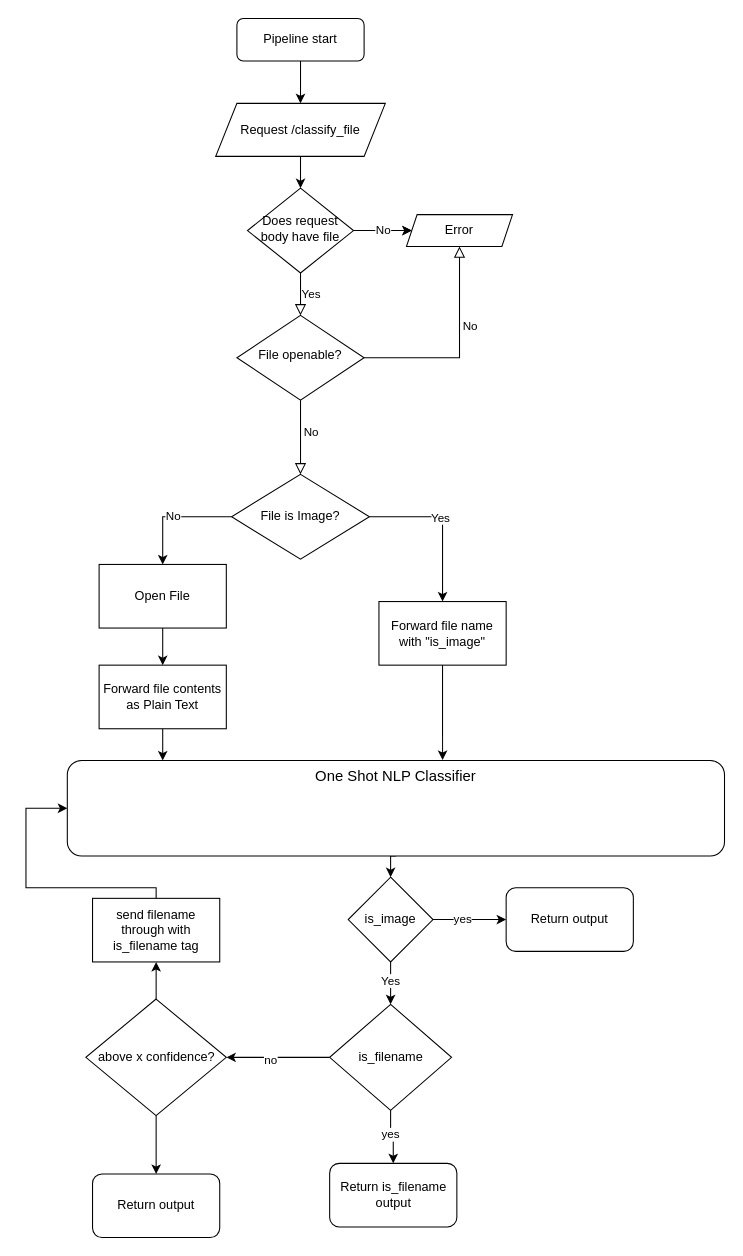
Before: ClassifierFlowchart.drawio in luke-doughty/join-the-siege, a draw.io diagram. Source tidied: cells renumbered, new cells numbered last; positions are measured from the earlier drawing's top-left corner, leaving out a move shared by most shapes. Both pictures are drawn from the tidied source at 106%, with x=0, y=0 at pixel (25, 18).
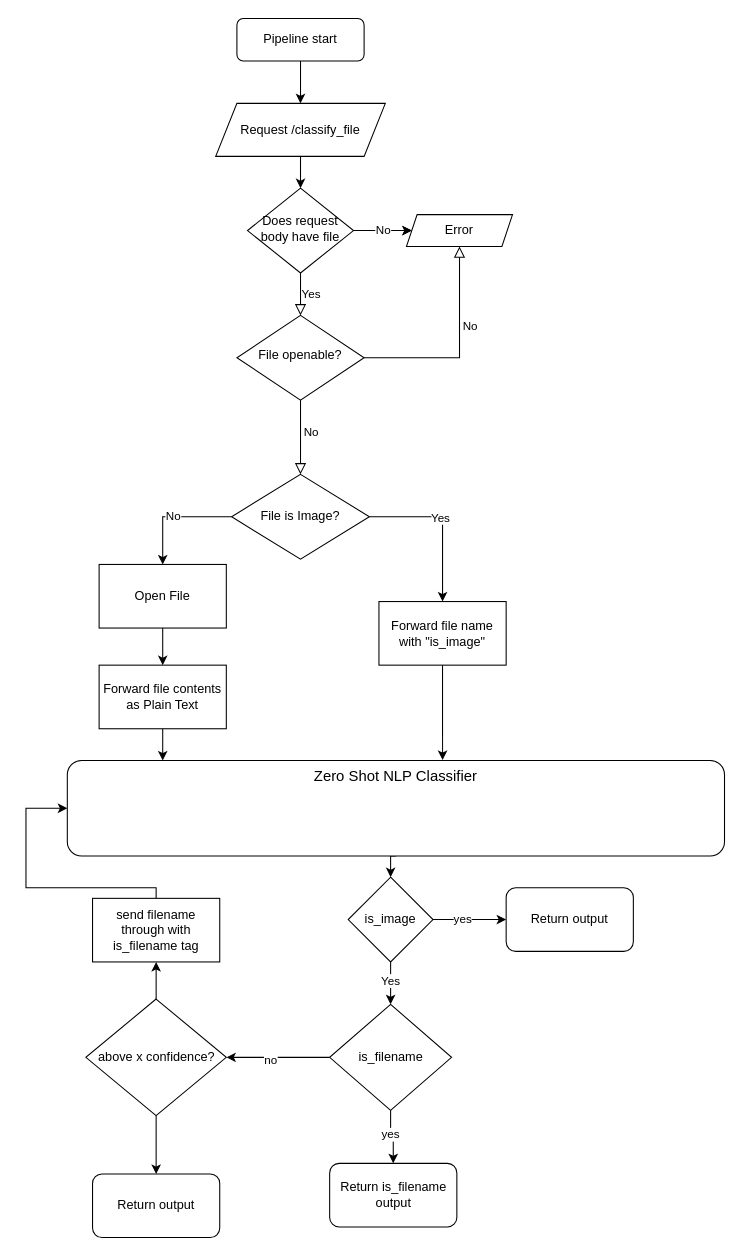
The same diagram, later.

What changed in the source:
```diff
@@
-    <mxCell id="19" value="&lt;font style=&quot;font-size: 14px;&quot;&gt;&#9;&#9;&#9;&#9;&#9;One Shot NLP Classifier&lt;/font&gt;" style="rounded=1;whiteSpace=wrap;html=1;align=center;verticalAlign=top;" parent="1" vertex="1">
+    <mxCell id="19" value="&lt;font style=&quot;font-size: 14px;&quot;&gt;&#9;&#9;&#9;&#9;&#9;Zero Shot NLP Classifier&lt;/font&gt;" style="rounded=1;whiteSpace=wrap;html=1;align=center;verticalAlign=top;" parent="1" vertex="1">
       <mxGeometry x="39" y="700" width="620" height="90" as="geometry" />
     </mxCell>
```
